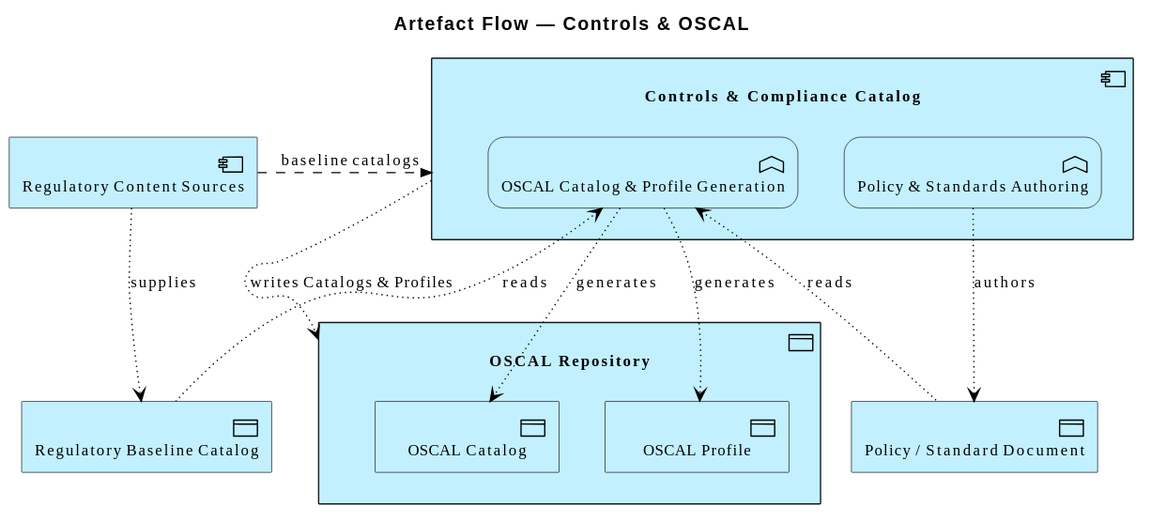
The PlantUML diagram architecture/model/diagrams/application/artefact-oscal.svg in wolffy-au/frictionless-architect, before a commit. Source of this version:
```plantuml
@startuml
!include <archimate/Archimate>

title Artefact Flow — Controls & OSCAL

Application_Component(e_ide4bef3733af65a, "Controls & Compliance Catalog") {
  Application_Function(e_id6ac934f170cd5f, "Policy & Standards Authoring")
  Application_Function(e_id8926bd09002459, "OSCAL Catalog & Profile Generation")
}
Application_DataObject(e_idb18c37abc9ff51, "OSCAL Repository") {
  Application_DataObject(e_idddf65887d53f57, "OSCAL Catalog")
  Application_DataObject(e_id9659a679544058, "OSCAL Profile")
}
Application_Component(e_id13f9d5fb47b650, "Regulatory Content Sources")
Application_DataObject(e_id51129996aed75b, "Policy / Standard Document")
Application_DataObject(e_ida95982eb78095a, "Regulatory Baseline Catalog")

Rel_Flow_Right(e_id13f9d5fb47b650, e_ide4bef3733af65a, "baseline catalogs")
Rel_Access_w(e_ide4bef3733af65a, e_idb18c37abc9ff51, "writes Catalogs & Profiles")
Rel_Access_w(e_id6ac934f170cd5f, e_id51129996aed75b, "authors")
Rel_Access_w(e_id13f9d5fb47b650, e_ida95982eb78095a, "supplies")
Rel_Access_r(e_id8926bd09002459, e_id51129996aed75b, "reads")
Rel_Access_r(e_id8926bd09002459, e_ida95982eb78095a, "reads")
Rel_Access_w(e_id8926bd09002459, e_idddf65887d53f57, "generates")
Rel_Access_w(e_id8926bd09002459, e_id9659a679544058, "generates")
@enduml
```
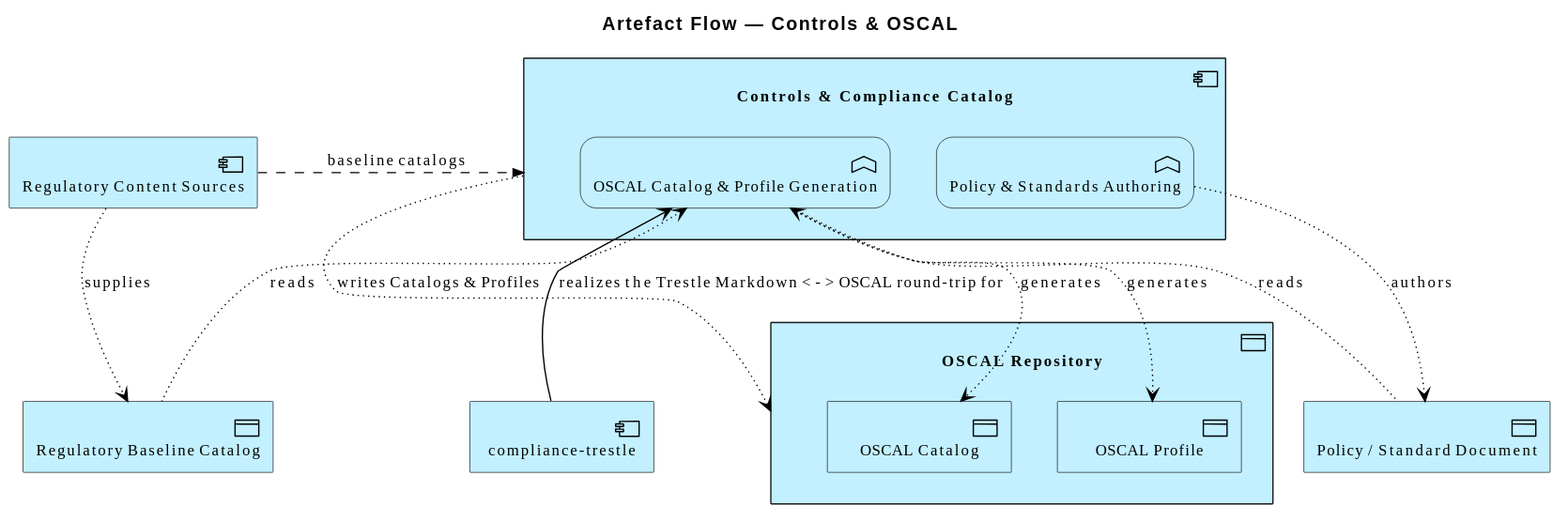
Later version of the same file.

Commit message:
feat(model): add ext-trestle external system to OSCAL conversion

Change to the diagram source:
```diff
@@ -12,10 +12,12 @@
   Application_DataObject(e_id9659a679544058, "OSCAL Profile")
 }
 Application_Component(e_id13f9d5fb47b650, "Regulatory Content Sources")
+Application_Component(e_id0aed952692a556, "compliance-trestle")
 Application_DataObject(e_id51129996aed75b, "Policy / Standard Document")
 Application_DataObject(e_ida95982eb78095a, "Regulatory Baseline Catalog")
 
 Rel_Flow_Right(e_id13f9d5fb47b650, e_ide4bef3733af65a, "baseline catalogs")
+Rel_Serving_Up(e_id0aed952692a556, e_id8926bd09002459, "realizes the Trestle Markdown <-> OSCAL round-trip for")
 Rel_Access_w(e_ide4bef3733af65a, e_idb18c37abc9ff51, "writes Catalogs & Profiles")
 Rel_Access_w(e_id6ac934f170cd5f, e_id51129996aed75b, "authors")
 Rel_Access_w(e_id13f9d5fb47b650, e_ida95982eb78095a, "supplies")
```
